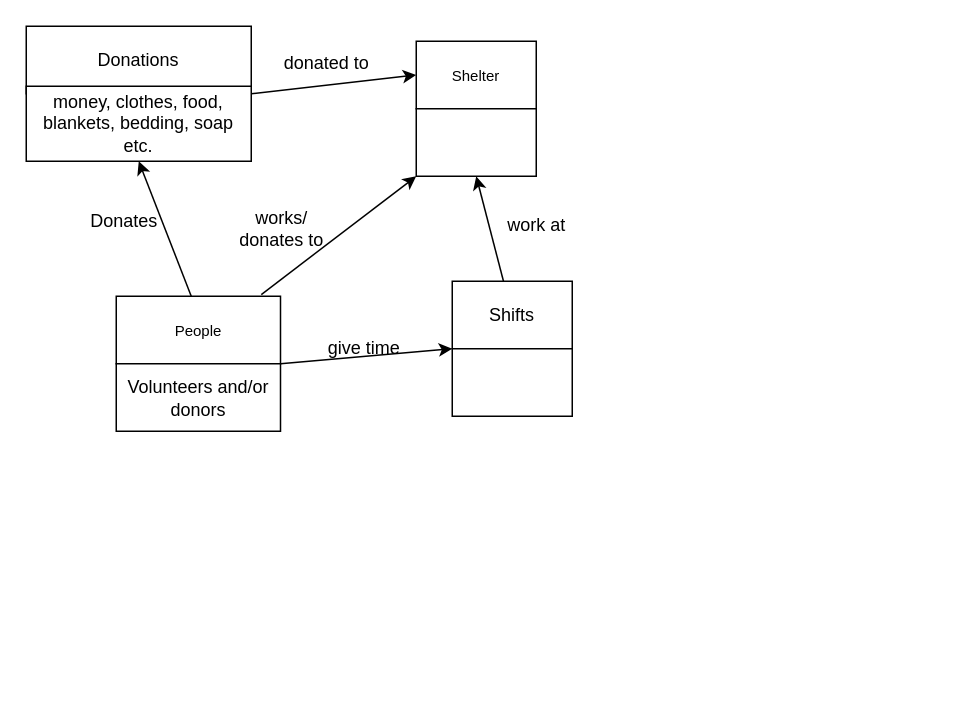
This is DomainAnalysis.drawio from Alex-A-Denny/SWEN-Group-Project, a draw.io file, before an edit. Source tidied: cells renumbered, new cells numbered last; positions are measured from the earlier drawing's top-left corner, leaving out a move shared by most shapes. Both pictures are drawn from the tidied source at 150%, with x=0, y=0 at pixel (26, 26).
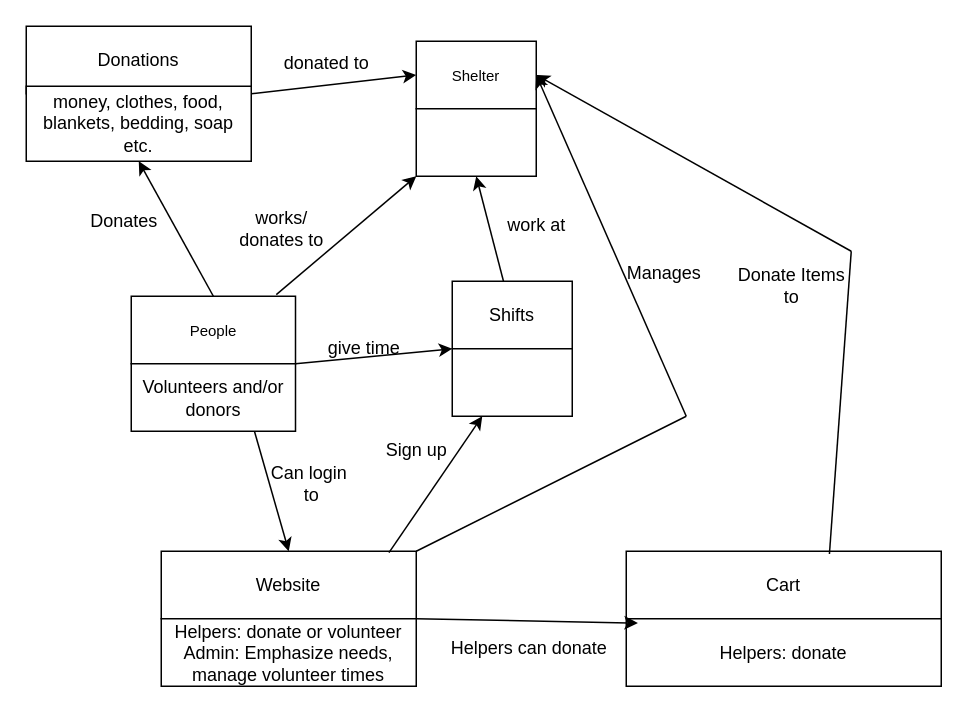
After the change.

Unchanged cells that the change refers to:
```xml
<mxCell id="3" value="&lt;font size=&quot;1&quot;&gt;Shelter&lt;/font&gt;" style="rounded=0;whiteSpace=wrap;html=1;" parent="2" vertex="1">
  <mxGeometry width="80" height="45" as="geometry" />
</mxCell>
<mxCell id="6" value="&lt;font size=&quot;1&quot;&gt;People&lt;/font&gt;" style="rounded=0;whiteSpace=wrap;html=1;" parent="5" vertex="1">
  <mxGeometry width="109.5" height="45" as="geometry" />
</mxCell>
<mxCell id="7" value="Volunteers and/or donors" style="rounded=0;whiteSpace=wrap;html=1;" parent="5" vertex="1">
  <mxGeometry y="45" width="109.5" height="45" as="geometry" />
</mxCell>
<mxCell id="12" style="rounded=0;whiteSpace=wrap;html=1;" parent="10" vertex="1">
  <mxGeometry y="45" width="80" height="45" as="geometry" />
</mxCell>
<mxCell id="15" value="money, clothes, food, blankets, bedding, soap etc." style="rounded=0;whiteSpace=wrap;html=1;" parent="13" vertex="1">
  <mxGeometry y="40" width="150" height="50" as="geometry" />
</mxCell>
```

Change to the diagram source:
```diff
@@
     <mxCell id="5" style="group;" parent="1" vertex="1">
-      <mxGeometry x="60" y="180" width="130" height="90" as="geometry" />
+      <mxGeometry x="70" y="180" width="130" height="90" as="geometry" />
     </mxCell>
@@
-    <mxCell id="16" style="endArrow=classic;html=1;rounded=0;entryX=0.5;entryY=1;entryDx=0;entryDy=0;" parent="1" edge="1" target="15">
-      <mxGeometry relative="1" as="geometry">
-        <mxPoint x="110" y="180" as="sourcePoint" />
-      </mxGeometry>
+    <mxCell id="16" style="endArrow=classic;html=1;rounded=0;entryX=0.5;entryY=1;entryDx=0;entryDy=0;exitX=0.5;exitY=0;exitDx=0;exitDy=0;" parent="1" edge="1" source="6" target="15">
+      <mxGeometry relative="1" as="geometry" />
     </mxCell>
@@
+    <mxCell id="24" style="group;" parent="1" vertex="1">
+      <mxGeometry x="90" y="350" width="170" height="90" as="geometry" />
+    </mxCell>
+    <mxCell id="25" value="Website" style="rounded=0;whiteSpace=wrap;html=1;" parent="24" vertex="1">
+      <mxGeometry width="170" height="45" as="geometry" />
+    </mxCell>
+    <mxCell id="26" value="Helpers: donate or volunteer&lt;br style=&quot;border-color: var(--border-color);&quot;&gt;Admin: Emphasize needs, manage volunteer times" style="rounded=0;whiteSpace=wrap;html=1;" parent="24" vertex="1">
+      <mxGeometry y="45" width="170" height="45" as="geometry" />
+    </mxCell>
+    <mxCell id="27" style="endArrow=classic;html=1;rounded=0;exitX=0.75;exitY=1;exitDx=0;exitDy=0;entryX=0.5;entryY=0;entryDx=0;entryDy=0;" parent="1" edge="1" source="7" target="25">
+      <mxGeometry relative="1" as="geometry" />
+    </mxCell>
+    <mxCell id="28" value="Can login&amp;nbsp;&lt;br&gt;to" style="text;html=1;align=center;verticalAlign=middle;strokeColor=none;fillColor=none;" parent="1" vertex="1">
+      <mxGeometry x="150" y="285" width="80" height="40" as="geometry" />
+    </mxCell>
+    <mxCell id="29" style="group;" parent="1" vertex="1">
+      <mxGeometry x="400" y="350" width="210" height="90" as="geometry" />
+    </mxCell>
+    <mxCell id="30" value="Cart" style="rounded=0;whiteSpace=wrap;html=1;" parent="29" vertex="1">
+      <mxGeometry width="210" height="45" as="geometry" />
+    </mxCell>
+    <mxCell id="31" value="Helpers: donate" style="rounded=0;whiteSpace=wrap;html=1;" parent="29" vertex="1">
+      <mxGeometry y="45" width="210" height="45" as="geometry" />
+    </mxCell>
+    <mxCell id="32" style="endArrow=classic;html=1;rounded=0;exitX=1;exitY=0;exitDx=0;exitDy=0;entryX=0.037;entryY=1.064;entryDx=0;entryDy=0;entryPerimeter=0;" parent="1" edge="1" source="26" target="30">
+      <mxGeometry relative="1" as="geometry" />
+    </mxCell>
+    <mxCell id="33" value="Helpers can donate" style="text;html=1;align=center;verticalAlign=middle;strokeColor=none;fillColor=none;" parent="1" vertex="1">
+      <mxGeometry x="270" y="400" width="130" height="30" as="geometry" />
+    </mxCell>
+    <mxCell id="34" style="endArrow=classic;html=1;rounded=0;entryX=1;entryY=0.5;entryDx=0;entryDy=0;" parent="1" edge="1" target="3">
+      <mxGeometry relative="1" as="geometry">
+        <mxPoint x="440" y="260" as="sourcePoint" />
+      </mxGeometry>
+    </mxCell>
+    <mxCell id="35" style="endArrow=none;html=1;rounded=0;exitX=1;exitY=0;exitDx=0;exitDy=0;" parent="1" edge="1" source="25">
+      <mxGeometry relative="1" as="geometry">
+        <mxPoint x="440" y="260" as="targetPoint" />
+      </mxGeometry>
+    </mxCell>
+    <mxCell id="36" value="Manages" style="text;html=1;align=center;verticalAlign=middle;strokeColor=none;fillColor=none;" parent="1" vertex="1">
+      <mxGeometry x="390" y="150" width="70" height="30" as="geometry" />
+    </mxCell>
+    <mxCell id="37" style="endArrow=classic;html=1;rounded=0;entryX=1;entryY=0.5;entryDx=0;entryDy=0;" parent="1" edge="1" target="3">
+      <mxGeometry relative="1" as="geometry">
+        <mxPoint x="550" y="150" as="sourcePoint" />
+      </mxGeometry>
+    </mxCell>
+    <mxCell id="38" style="endArrow=none;html=1;rounded=0;exitX=0.645;exitY=0.041;exitDx=0;exitDy=0;exitPerimeter=0;" parent="1" edge="1" source="30">
+      <mxGeometry relative="1" as="geometry">
+        <mxPoint x="550" y="150" as="targetPoint" />
+      </mxGeometry>
+    </mxCell>
+    <mxCell id="39" value="Donate Items&lt;br&gt;to" style="text;html=1;align=center;verticalAlign=middle;strokeColor=none;fillColor=none;" parent="1" vertex="1">
+      <mxGeometry x="465" y="153" width="90" height="40" as="geometry" />
+    </mxCell>
+    <mxCell id="40" style="endArrow=classic;html=1;rounded=0;exitX=0.893;exitY=0.021;exitDx=0;exitDy=0;exitPerimeter=0;entryX=0.25;entryY=1;entryDx=0;entryDy=0;" parent="1" edge="1" source="25" target="12">
+      <mxGeometry relative="1" as="geometry" />
+    </mxCell>
+    <mxCell id="41" value="Sign up" style="text;html=1;align=center;verticalAlign=middle;strokeColor=none;fillColor=none;" parent="1" vertex="1">
+      <mxGeometry x="230" y="268" width="60" height="30" as="geometry" />
+    </mxCell>
```
